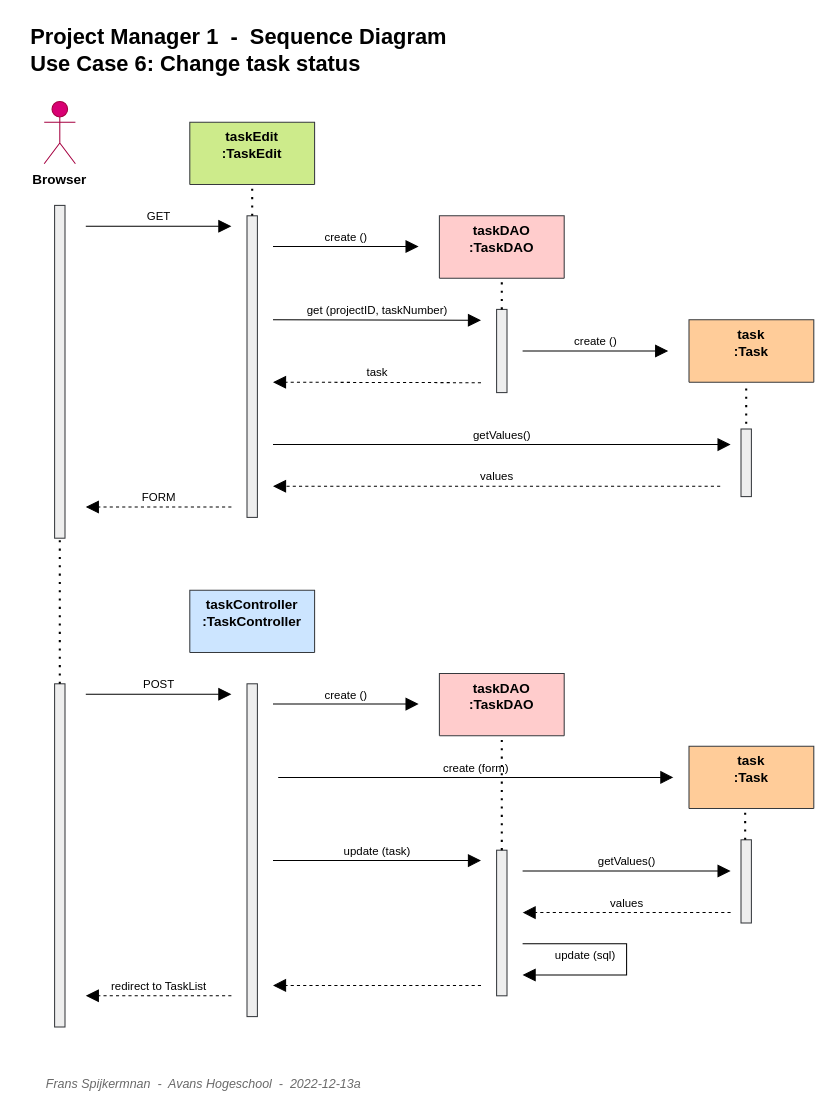
Earlier version of the draw.io diagram doc/Sequence_Diagram_6.drawio (spijkerbak/project-manager-1). Source tidied: cells renumbered, new cells numbered last; positions are measured from the earlier drawing's top-left corner, leaving out a move shared by most shapes. Both pictures are drawn from the tidied source at 104%, with x=0, y=0 at pixel (28, 18).
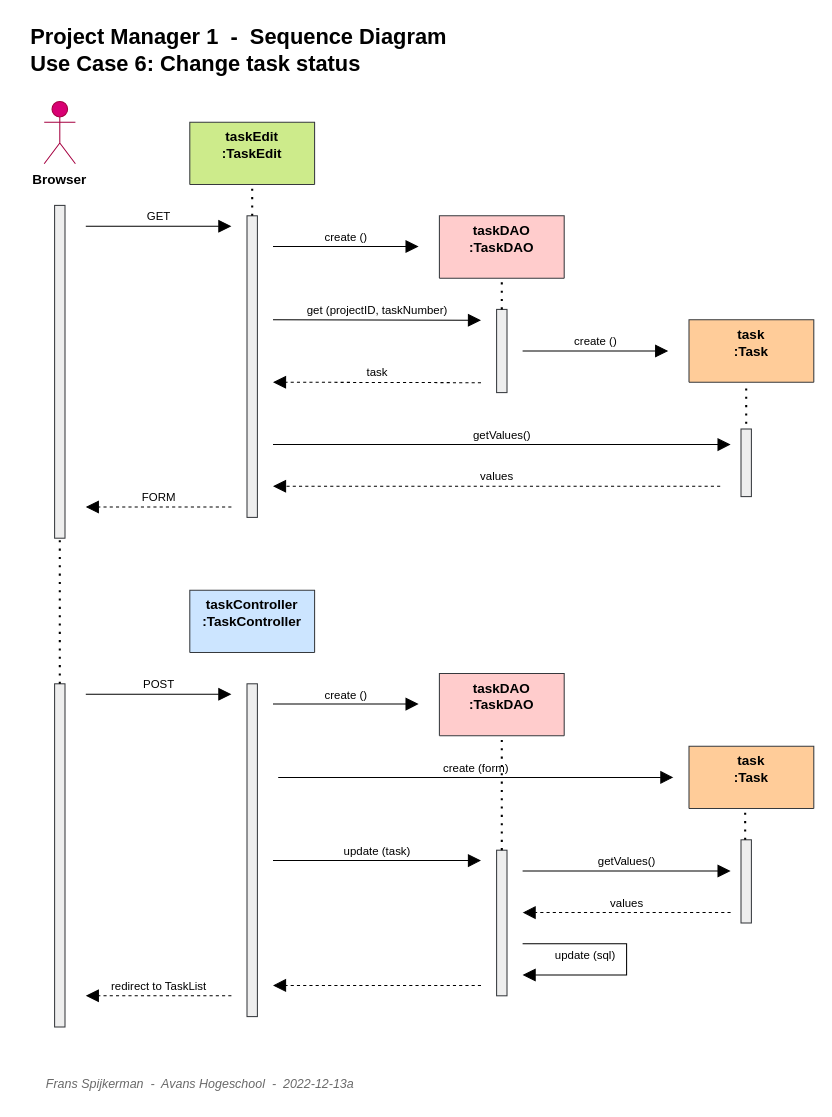
The same page after the edit.

Diff of the diagram source:
```diff
@@
-    <mxCell id="42" value="Frans Spijkermnan&amp;nbsp; -&amp;nbsp; Avans Hogeschool&amp;nbsp; -&amp;nbsp; 2022-12-13a" style="text;html=1;align=left;verticalAlign=middle;fontSize=12;fontStyle=2;labelBackgroundColor=none;fontColor=#696969;" parent="1" vertex="1">
-      <mxGeometry x="15" y="1010" width="330" height="30" as="geometry" />
+    <mxCell id="42" value="Frans Spijkerman&amp;nbsp; -&amp;nbsp; Avans Hogeschool&amp;nbsp; -&amp;nbsp; 2022-12-13a" style="text;html=1;align=left;verticalAlign=middle;fontSize=12;fontStyle=2;labelBackgroundColor=none;fontColor=#696969;" parent="1" vertex="1">
+      <mxGeometry x="15" y="1010" width="320" height="30" as="geometry" />
     </mxCell>
```
